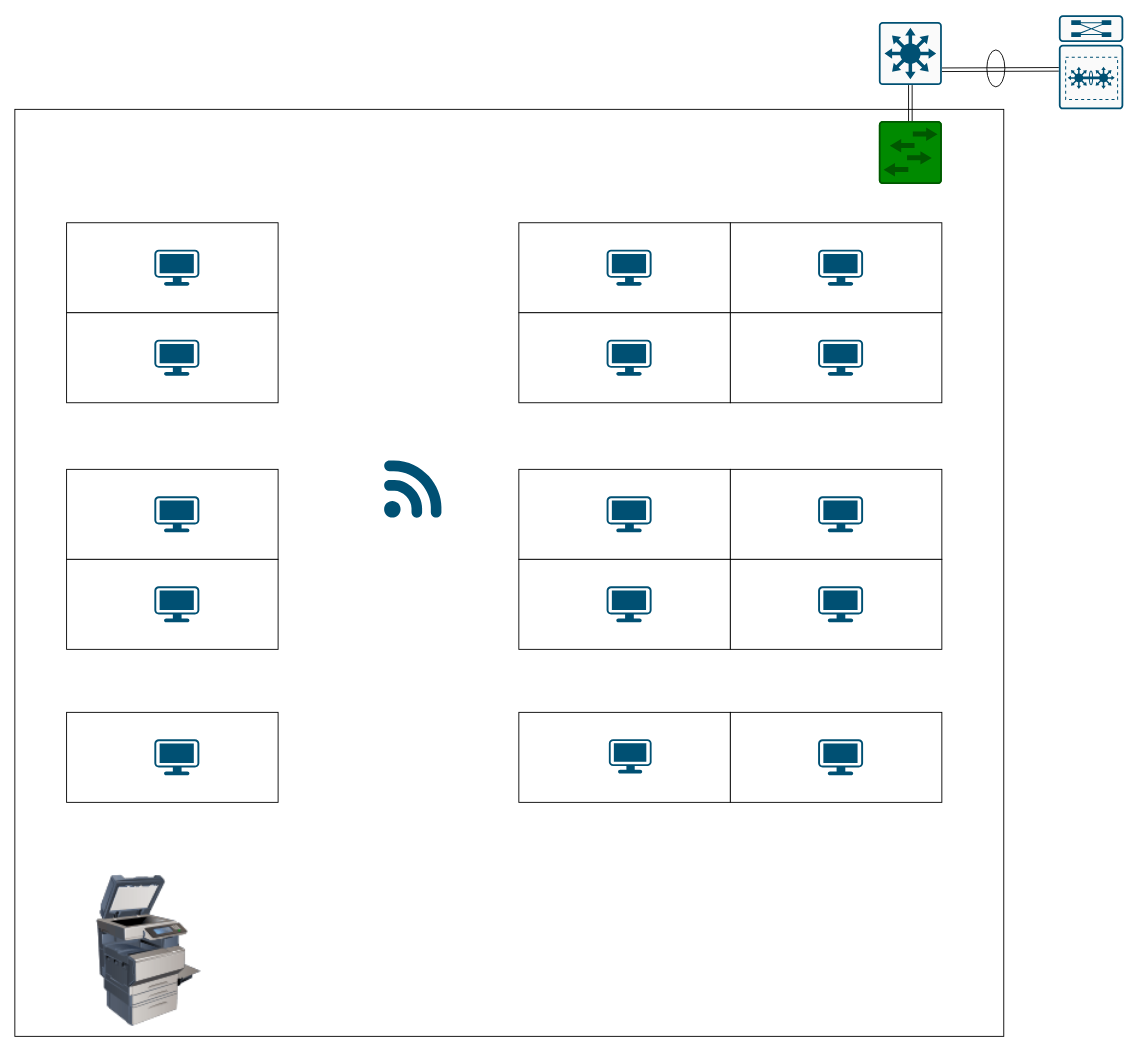
This is Untitled Diagram.drawio from igithub365/Drawings-Network, a draw.io file, before an edit. Source tidied: cells renumbered, new cells numbered last; positions are measured from the earlier drawing's top-left corner, leaving out a move shared by most shapes. Both pictures are drawn from the tidied source at 90%, with x=0, y=0 at pixel (14, 14). Pictures stored in the file or linked from it are replaced by grey dashed boxes.
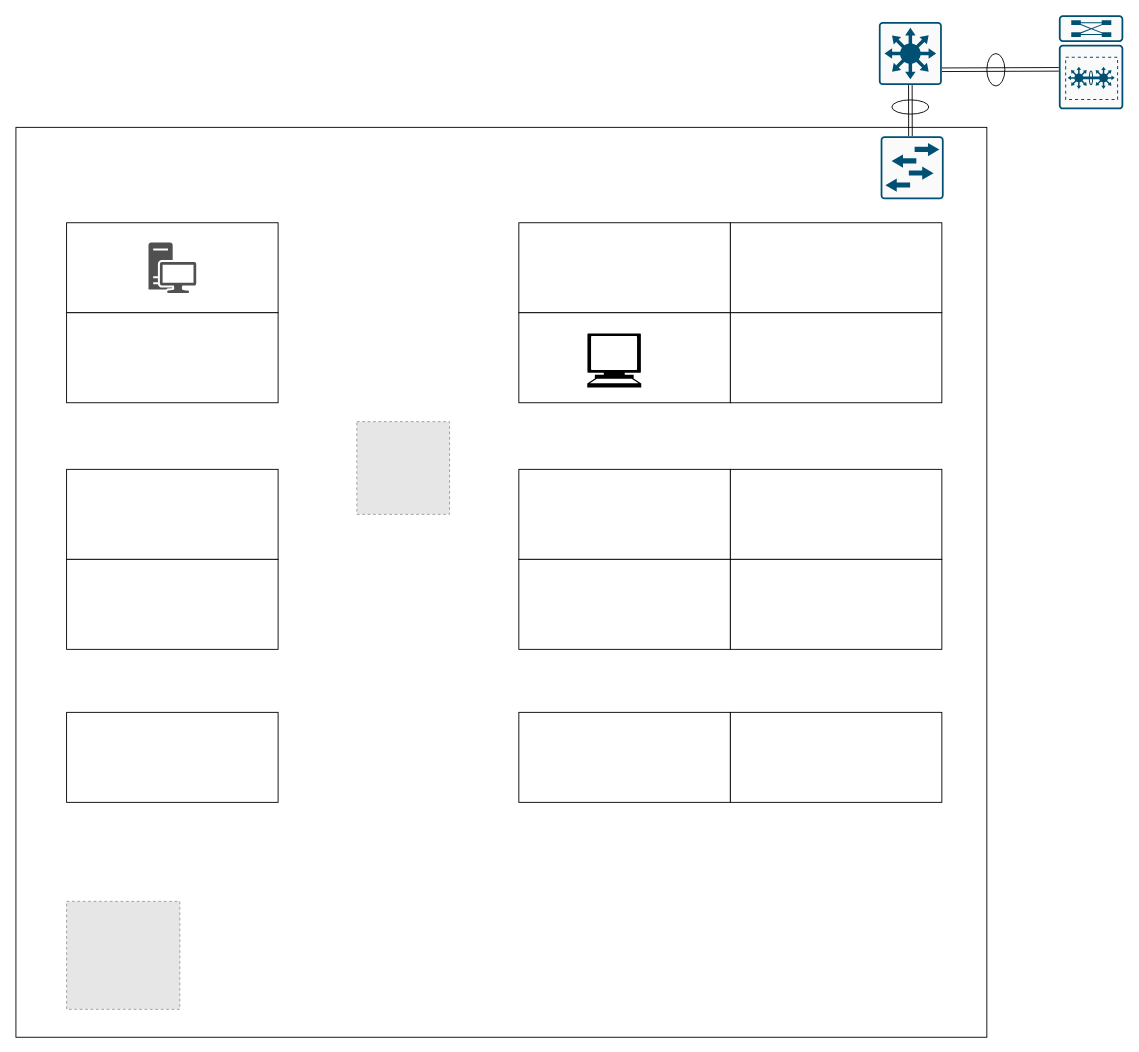
The same page after the edit.

The change refers to these unchanged cells:
```xml
<mxCell id="6" style="points=[[0.015,0.015,0],[0.985,0.015,0],[0.985,0.985,0],[0.015,0.985,0],[0.25,0,0],[0.5,0,0],[0.75,0,0],[1,0.25,0],[1,0.5,0],[1,0.75,0],[0.75,1,0],[0.5,1,0],[0.25,1,0],[0,0.75,0],[0,0.5,0],[0,0.25,0]];verticalLabelPosition=bottom;html=1;verticalAlign=top;align=center;shape=mxgraph.cisco19.rect;prIcon=l3_switch;fillColor=#FAFAFA;strokeColor=#005073;" parent="1" vertex="1">
  <mxGeometry x="960" y="8" width="70" height="70" as="geometry" />
</mxCell>
```

The edit, as a diff of the source:
```diff
@@
+    <mxCell id="41" style="ellipse;whiteSpace=wrap;html=1;rotation=90;" parent="1" vertex="1">
+      <mxGeometry x="987.1" y="81.9" width="15.8" height="41" as="geometry" />
+    </mxCell>
     <mxCell id="2" style="ellipse;whiteSpace=wrap;html=1;" parent="1" vertex="1">
-      <mxGeometry x="1080" y="39" width="20" height="41" as="geometry" />
+      <mxGeometry x="1080" y="43" width="20" height="36" as="geometry" />
     </mxCell>
     <mxCell id="3" style="whiteSpace=wrap;html=1;" parent="1" vertex="1">
-      <mxGeometry y="105" width="1098.8" height="1030" as="geometry" />
+      <mxGeometry x="1.2" y="125" width="1078.8" height="1011" as="geometry" />
     </mxCell>
@@
-    <mxCell id="7" style="edgeStyle=none;shape=link;rounded=0;jettySize=auto;html=1;exitX=0.5;exitY=0;exitDx=0;exitDy=0;exitPerimeter=0;entryX=0.5;entryY=1;entryDx=0;entryDy=0;entryPerimeter=0;" parent="1" edge="1" source="8" target="6">
+    <mxCell id="7" style="edgeStyle=none;shape=link;rounded=0;jettySize=auto;html=1;exitX=0.473;exitY=0.01;exitDx=0;exitDy=0;exitPerimeter=0;entryX=0.5;entryY=1;entryDx=0;entryDy=0;entryPerimeter=0;" parent="1" edge="1" source="42" target="6">
       <mxGeometry relative="1" as="geometry" />
     </mxCell>
-    <mxCell id="8" style="points=[[0.015,0.015,0],[0.985,0.015,0],[0.985,0.985,0],[0.015,0.985,0],[0.25,0,0],[0.5,0,0],[0.75,0,0],[1,0.25,0],[1,0.5,0],[1,0.75,0],[0.75,1,0],[0.5,1,0],[0.25,1,0],[0,0.75,0],[0,0.5,0],[0,0.25,0]];verticalLabelPosition=bottom;html=1;verticalAlign=top;align=center;shape=mxgraph.cisco19.rect;prIcon=l2_switch;fillColor=#008a00;strokeColor=#005700;fontColor=#ffffff;" parent="1" vertex="1">
-      <mxGeometry x="960" y="118" width="70" height="70" as="geometry" />
-    </mxCell>
@@
-    <mxCell id="10" style="verticalLabelPosition=bottom;html=1;verticalAlign=top;align=center;shape=mxgraph.cisco19.workstation;fillColor=#005073;strokeColor=none;" parent="1" vertex="1">
-      <mxGeometry x="155" y="261" width="50" height="40" as="geometry" />
-    </mxCell>
-    <mxCell id="11" style="verticalLabelPosition=bottom;html=1;verticalAlign=top;align=center;shape=mxgraph.cisco19.3g_4g_indicator;fillColor=#005073;strokeColor=none;" parent="1" vertex="1">
-      <mxGeometry x="410" y="495" width="64" height="64" as="geometry" />
-    </mxCell>
-    <mxCell id="12" style="image;html=1;image=img/lib/clip_art/computers/Printer_Commercial_128x128.png;" parent="1" vertex="1">
-      <mxGeometry x="57.5" y="955" width="182.5" height="170" as="geometry" />
-    </mxCell>
@@
-    <mxCell id="14" style="verticalLabelPosition=bottom;html=1;verticalAlign=top;align=center;shape=mxgraph.cisco19.workstation;fillColor=#005073;strokeColor=none;" parent="1" vertex="1">
-      <mxGeometry x="155" y="361" width="50" height="40" as="geometry" />
-    </mxCell>
@@
-    <mxCell id="16" style="verticalLabelPosition=bottom;html=1;verticalAlign=top;align=center;shape=mxgraph.cisco19.workstation;fillColor=#005073;strokeColor=none;" parent="1" vertex="1">
-      <mxGeometry x="657.5" y="261" width="50" height="40" as="geometry" />
-    </mxCell>
@@
-    <mxCell id="18" style="verticalLabelPosition=bottom;html=1;verticalAlign=top;align=center;shape=mxgraph.cisco19.workstation;fillColor=#005073;strokeColor=none;" parent="1" vertex="1">
-      <mxGeometry x="892.5" y="261" width="50" height="40" as="geometry" />
-    </mxCell>
@@
-    <mxCell id="20" style="verticalLabelPosition=bottom;html=1;verticalAlign=top;align=center;shape=mxgraph.cisco19.workstation;fillColor=#005073;strokeColor=none;" parent="1" vertex="1">
-      <mxGeometry x="657.5" y="361" width="50" height="40" as="geometry" />
-    </mxCell>
@@
-    <mxCell id="22" style="verticalLabelPosition=bottom;html=1;verticalAlign=top;align=center;shape=mxgraph.cisco19.workstation;fillColor=#005073;strokeColor=none;" parent="1" vertex="1">
-      <mxGeometry x="892.5" y="361" width="50" height="40" as="geometry" />
-    </mxCell>
@@
-    <mxCell id="24" style="verticalLabelPosition=bottom;html=1;verticalAlign=top;align=center;shape=mxgraph.cisco19.workstation;fillColor=#005073;strokeColor=none;" parent="1" vertex="1">
-      <mxGeometry x="657.5" y="535" width="50" height="40" as="geometry" />
-    </mxCell>
@@
-    <mxCell id="26" style="verticalLabelPosition=bottom;html=1;verticalAlign=top;align=center;shape=mxgraph.cisco19.workstation;fillColor=#005073;strokeColor=none;" parent="1" vertex="1">
-      <mxGeometry x="892.5" y="535" width="50" height="40" as="geometry" />
-    </mxCell>
@@
-    <mxCell id="28" style="verticalLabelPosition=bottom;html=1;verticalAlign=top;align=center;shape=mxgraph.cisco19.workstation;fillColor=#005073;strokeColor=none;" parent="1" vertex="1">
-      <mxGeometry x="657.5" y="635" width="50" height="40" as="geometry" />
-    </mxCell>
@@
-    <mxCell id="30" style="verticalLabelPosition=bottom;html=1;verticalAlign=top;align=center;shape=mxgraph.cisco19.workstation;fillColor=#005073;strokeColor=none;" parent="1" vertex="1">
-      <mxGeometry x="892.5" y="635" width="50" height="40" as="geometry" />
-    </mxCell>
@@
-    <mxCell id="32" style="verticalLabelPosition=bottom;html=1;verticalAlign=top;align=center;shape=mxgraph.cisco19.workstation;fillColor=#005073;strokeColor=none;" parent="1" vertex="1">
-      <mxGeometry x="660" y="805" width="47.5" height="38" as="geometry" />
-    </mxCell>
@@
-    <mxCell id="34" style="verticalLabelPosition=bottom;html=1;verticalAlign=top;align=center;shape=mxgraph.cisco19.workstation;fillColor=#005073;strokeColor=none;" parent="1" vertex="1">
-      <mxGeometry x="892.5" y="805" width="50" height="40" as="geometry" />
-    </mxCell>
@@
-    <mxCell id="36" style="verticalLabelPosition=bottom;html=1;verticalAlign=top;align=center;shape=mxgraph.cisco19.workstation;fillColor=#005073;strokeColor=none;" parent="1" vertex="1">
-      <mxGeometry x="155" y="535" width="50" height="40" as="geometry" />
-    </mxCell>
@@
-    <mxCell id="38" style="verticalLabelPosition=bottom;html=1;verticalAlign=top;align=center;shape=mxgraph.cisco19.workstation;fillColor=#005073;strokeColor=none;" parent="1" vertex="1">
-      <mxGeometry x="155" y="635" width="50" height="40" as="geometry" />
-    </mxCell>
@@
-    <mxCell id="40" style="verticalLabelPosition=bottom;html=1;verticalAlign=top;align=center;shape=mxgraph.cisco19.workstation;fillColor=#005073;strokeColor=none;" parent="1" vertex="1">
-      <mxGeometry x="155" y="805" width="50" height="40" as="geometry" />
-    </mxCell>
+    <mxCell id="42" style="points=[[0.015,0.015,0],[0.985,0.015,0],[0.985,0.985,0],[0.015,0.985,0],[0.25,0,0],[0.5,0,0],[0.75,0,0],[1,0.25,0],[1,0.5,0],[1,0.75,0],[0.75,1,0],[0.5,1,0],[0.25,1,0],[0,0.75,0],[0,0.5,0],[0,0.25,0]];verticalLabelPosition=bottom;html=1;verticalAlign=top;align=center;shape=mxgraph.cisco19.rect;prIcon=l2_switch;fillColor=#FAFAFA;strokeColor=#005073;" parent="1" vertex="1">
+      <mxGeometry x="962" y="135" width="70" height="70" as="geometry" />
+    </mxCell>
+    <mxCell id="43" style="edgeStyle=none;shape=link;rounded=0;orthogonalLoop=1;jettySize=auto;html=1;exitX=0;exitY=0.5;exitDx=0;exitDy=0;" parent="1" edge="1" source="3" target="3">
+      <mxGeometry relative="1" as="geometry" />
+    </mxCell>
+    <mxCell id="44" style="fillColor=#E6E6E6;strokeColor=#999999;dashed=1;verticalLabelPosition=bottom;labelBackgroundColor=#ffffff;verticalAlign=top;" parent="1" vertex="1">
+      <mxGeometry x="57.5" y="985" width="125.8" height="120" as="geometry" />
+    </mxCell>
+    <mxCell id="45" style="fillColor=#E6E6E6;strokeColor=#999999;dashed=1;verticalLabelPosition=bottom;labelBackgroundColor=#ffffff;verticalAlign=top;" parent="1" vertex="1">
+      <mxGeometry x="380" y="452" width="103" height="103" as="geometry" />
+    </mxCell>
+    <mxCell id="46" style="shadow=0;dashed=0;html=1;strokeColor=none;fillColor=#505050;labelPosition=center;verticalLabelPosition=bottom;verticalAlign=top;align=center;shape=mxgraph.office.devices.workstation;" parent="1" vertex="1">
+      <mxGeometry x="148.5" y="253" width="53" height="56" as="geometry" />
+    </mxCell>
+    <mxCell id="47" style="shape=mxgraph.signs.tech.computer;html=1;fillColor=#000000;strokeColor=none;verticalLabelPosition=bottom;verticalAlign=top;align=center;" parent="1" vertex="1">
+      <mxGeometry x="636" y="354" width="60" height="60" as="geometry" />
+    </mxCell>
```
